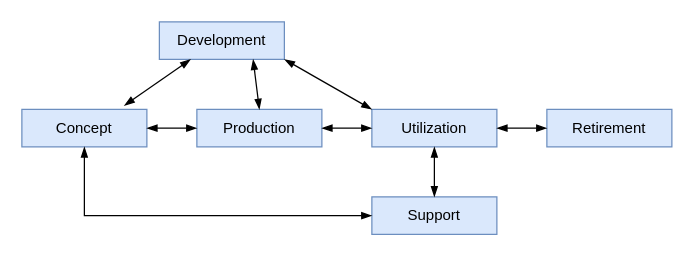
This is images/ISO IEC TR 24748-1 System Life Cycle.drawio from mrossde/PE1_PE2, a draw.io file, before an edit. Source tidied: cells renumbered, new cells numbered last; positions are measured from the earlier drawing's top-left corner, leaving out a move shared by most shapes. Both pictures are drawn from the tidied source at 125%, with x=0, y=0 at pixel (21, 21).
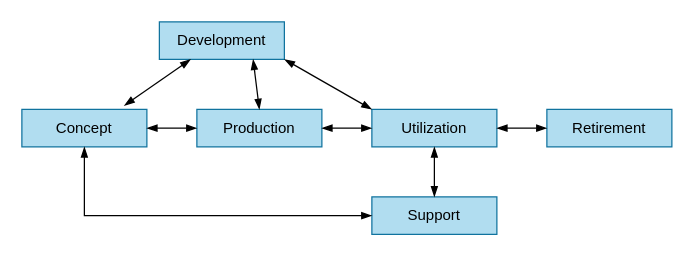
After the change.

Diff of the diagram source:
```diff
@@
 <mxGraphModel>
   <root>
     <mxCell id="0" />
     <mxCell id="1" parent="0" />
-    <mxCell id="2" value="Concept" style="text;html=1;align=center;verticalAlign=middle;whiteSpace=wrap;rounded=0;fillColor=#dae8fc;strokeColor=#6c8ebf;" parent="1" vertex="1">
+    <mxCell id="2" value="Concept" style="text;html=1;align=center;verticalAlign=middle;whiteSpace=wrap;rounded=0;fillColor=#b1ddf0;strokeColor=#10739e;" parent="1" vertex="1">
       <mxGeometry y="70" width="100" height="30" as="geometry" />
     </mxCell>
-    <mxCell id="3" value="Production" style="text;html=1;align=center;verticalAlign=middle;whiteSpace=wrap;rounded=0;fillColor=#dae8fc;strokeColor=#6c8ebf;" parent="1" vertex="1">
+    <mxCell id="3" value="Production" style="text;html=1;align=center;verticalAlign=middle;whiteSpace=wrap;rounded=0;fillColor=#b1ddf0;strokeColor=#10739e;" parent="1" vertex="1">
       <mxGeometry x="140" y="70" width="100" height="30" as="geometry" />
     </mxCell>
     <mxCell id="4" style="endArrow=blockThin;startArrow=blockThin;html=1;rounded=0;startFill=1;endFill=1;edgeStyle=orthogonalEdgeStyle;exitX=1;exitY=0.5;exitDx=0;exitDy=0;entryX=0;entryY=0.5;entryDx=0;entryDy=0;" parent="1" edge="1" source="2" target="3">
       <mxGeometry relative="1" as="geometry" />
     </mxCell>
-    <mxCell id="5" value="Utilization" style="text;html=1;align=center;verticalAlign=middle;whiteSpace=wrap;rounded=0;fillColor=#dae8fc;strokeColor=#6c8ebf;" parent="1" vertex="1">
+    <mxCell id="5" value="Utilization" style="text;html=1;align=center;verticalAlign=middle;whiteSpace=wrap;rounded=0;fillColor=#b1ddf0;strokeColor=#10739e;" parent="1" vertex="1">
       <mxGeometry x="280" y="70" width="100" height="30" as="geometry" />
     </mxCell>
-    <mxCell id="6" value="Retirement" style="text;html=1;align=center;verticalAlign=middle;whiteSpace=wrap;rounded=0;fillColor=#dae8fc;strokeColor=#6c8ebf;" parent="1" vertex="1">
+    <mxCell id="6" value="Retirement" style="text;html=1;align=center;verticalAlign=middle;whiteSpace=wrap;rounded=0;fillColor=#b1ddf0;strokeColor=#10739e;" parent="1" vertex="1">
       <mxGeometry x="420" y="70" width="100" height="30" as="geometry" />
     </mxCell>
-    <mxCell id="7" value="Support" style="text;html=1;align=center;verticalAlign=middle;whiteSpace=wrap;rounded=0;fillColor=#dae8fc;strokeColor=#6c8ebf;" parent="1" vertex="1">
+    <mxCell id="7" value="Support" style="text;html=1;align=center;verticalAlign=middle;whiteSpace=wrap;rounded=0;fillColor=#b1ddf0;strokeColor=#10739e;" parent="1" vertex="1">
       <mxGeometry x="280" y="140" width="100" height="30" as="geometry" />
     </mxCell>
-    <mxCell id="8" value="Development" style="text;html=1;align=center;verticalAlign=middle;whiteSpace=wrap;rounded=0;fillColor=#dae8fc;strokeColor=#6c8ebf;" parent="1" vertex="1">
+    <mxCell id="8" value="Development" style="text;html=1;align=center;verticalAlign=middle;whiteSpace=wrap;rounded=0;fillColor=#b1ddf0;strokeColor=#10739e;" parent="1" vertex="1">
       <mxGeometry x="110" width="100" height="30" as="geometry" />
     </mxCell>
     <mxCell id="9" style="endArrow=blockThin;startArrow=blockThin;html=1;rounded=0;startFill=1;endFill=1;edgeStyle=orthogonalEdgeStyle;exitX=1;exitY=0.5;exitDx=0;exitDy=0;entryX=0;entryY=0.5;entryDx=0;entryDy=0;" parent="1" edge="1" source="3" target="5">
       <mxGeometry relative="1" as="geometry" />
     </mxCell>
     <mxCell id="10" style="endArrow=blockThin;startArrow=blockThin;html=1;rounded=0;startFill=1;endFill=1;edgeStyle=orthogonalEdgeStyle;exitX=1;exitY=0.5;exitDx=0;exitDy=0;entryX=0;entryY=0.5;entryDx=0;entryDy=0;" parent="1" edge="1" source="5" target="6">
       <mxGeometry relative="1" as="geometry" />
     </mxCell>
     <mxCell id="11" style="endArrow=blockThin;startArrow=blockThin;html=1;rounded=0;startFill=1;endFill=1;edgeStyle=orthogonalEdgeStyle;exitX=0.5;exitY=0;exitDx=0;exitDy=0;entryX=0.5;entryY=1;entryDx=0;entryDy=0;" parent="1" edge="1" source="7" target="5">
       <mxGeometry relative="1" as="geometry" />
     </mxCell>
     <mxCell id="12" style="endArrow=blockThin;startArrow=blockThin;html=1;rounded=0;startFill=1;endFill=1;edgeStyle=orthogonalEdgeStyle;entryX=0.5;entryY=1;entryDx=0;entryDy=0;" parent="1" edge="1" source="7" target="2">
       <mxGeometry relative="1" as="geometry" />
     </mxCell>
     <mxCell id="13" style="endArrow=blockThin;startArrow=blockThin;html=1;rounded=0;startFill=1;endFill=1;entryX=1;entryY=1;entryDx=0;entryDy=0;exitX=0;exitY=0;exitDx=0;exitDy=0;" parent="1" edge="1" source="5" target="8">
       <mxGeometry relative="1" as="geometry" />
     </mxCell>
     <mxCell id="14" style="endArrow=blockThin;startArrow=blockThin;html=1;rounded=0;startFill=1;endFill=1;exitX=0.5;exitY=0;exitDx=0;exitDy=0;entryX=0.75;entryY=1;entryDx=0;entryDy=0;" parent="1" edge="1" source="3" target="8">
       <mxGeometry relative="1" as="geometry" />
     </mxCell>
     <mxCell id="15" style="endArrow=blockThin;startArrow=blockThin;html=1;rounded=0;startFill=1;endFill=1;entryX=0.25;entryY=1;entryDx=0;entryDy=0;exitX=0.819;exitY=-0.102;exitDx=0;exitDy=0;exitPerimeter=0;" parent="1" edge="1" source="2" target="8">
       <mxGeometry relative="1" as="geometry" />
     </mxCell>
   </root>
 </mxGraphModel>
```
